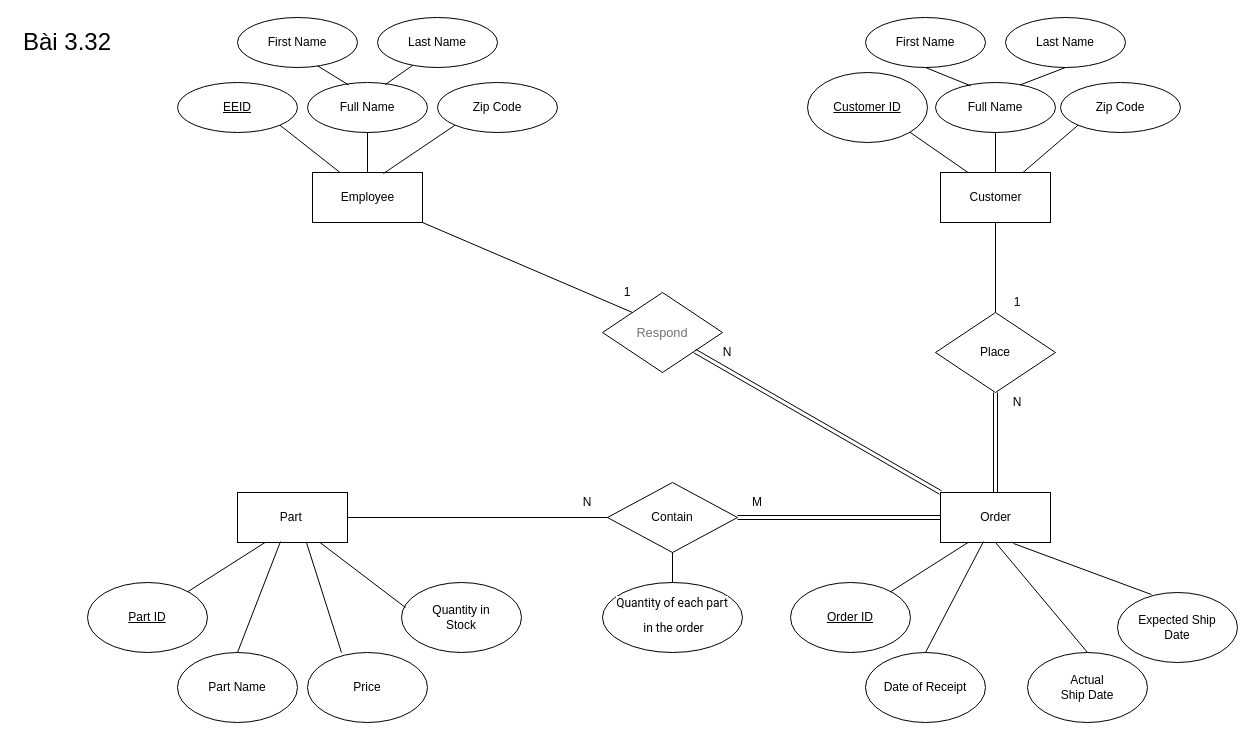
Earlier version of the draw.io diagram page "3.32" (4 of 5) of ERD.drawio (QuangHuy2201/CSDL). Source tidied: cells renumbered, new cells numbered last; positions are measured from the earlier drawing's top-left corner, leaving out a move shared by most shapes. Both pictures are drawn from the tidied source at 100%, with x=0, y=0 at pixel (17, 17).
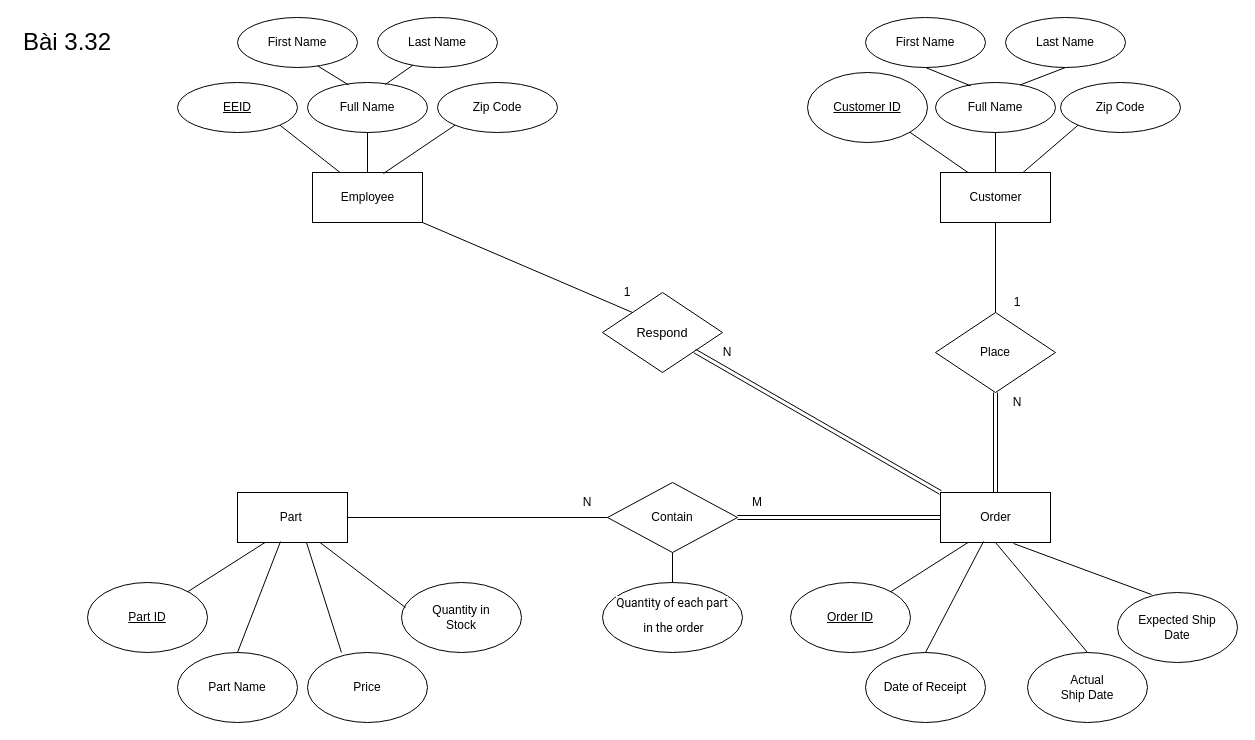
After the change.

Diff of the diagram source:
```diff
@@
-    <mxCell id="55" value="&lt;span style=&quot;color: rgb(108 , 117 , 125) ; font-family: , &amp;#34;blinkmacsystemfont&amp;#34; , &amp;#34;segoe ui&amp;#34; , &amp;#34;roboto&amp;#34; , &amp;#34;helvetica neue&amp;#34; , &amp;#34;arial&amp;#34; , &amp;#34;noto sans&amp;#34; , sans-serif , &amp;#34;apple color emoji&amp;#34; , &amp;#34;segoe ui emoji&amp;#34; , &amp;#34;segoe ui symbol&amp;#34; , &amp;#34;noto color emoji&amp;#34; ; font-size: 12.8px ; text-align: left ; background-color: rgb(255 , 255 , 255)&quot;&gt;Respond&lt;/span&gt;" style="rhombus;whiteSpace=wrap;html=1;" parent="1" vertex="1">
+    <mxCell id="55" value="&lt;span style=&quot;font-size: 12.8px ; text-align: left ; background-color: rgb(255 , 255 , 255)&quot;&gt;Respond&lt;/span&gt;" style="rhombus;whiteSpace=wrap;html=1;" parent="1" vertex="1">
       <mxGeometry x="585" y="275" width="120" height="80" as="geometry" />
     </mxCell>
```
